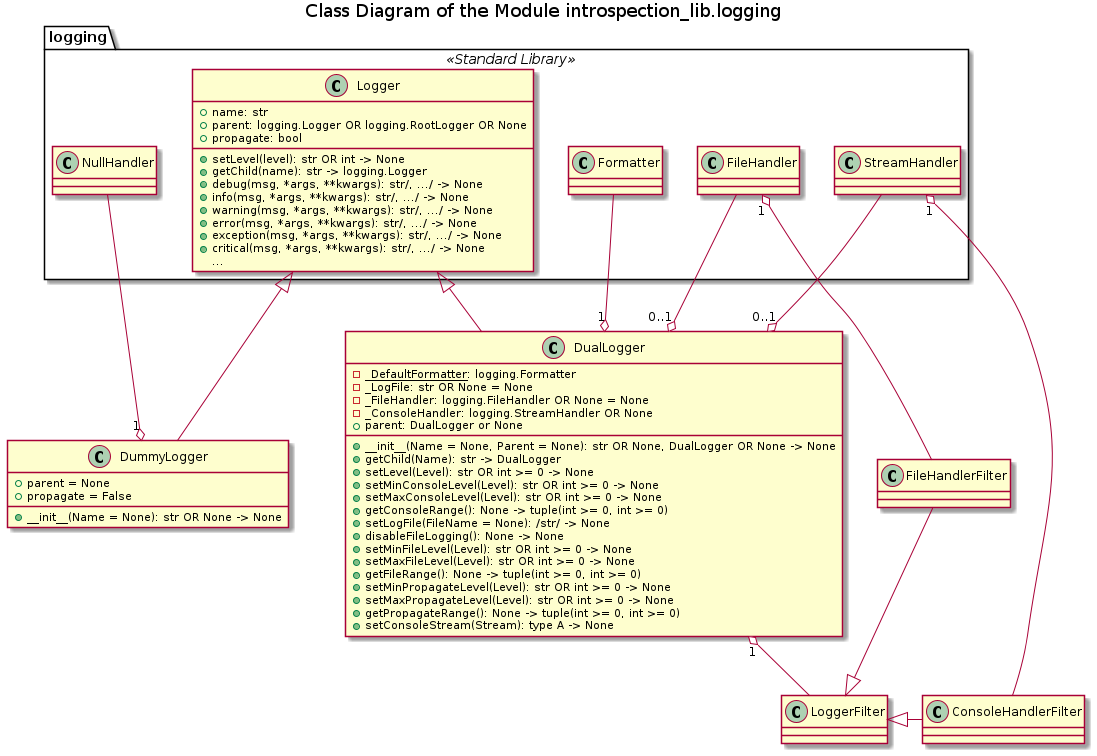
Above: Documentation/UML/logging/logging_classes.png in FooBarShebang/introspection_lib (PlantUML), before the change. The source it was exported from:
```plantuml
@startuml logging_classes

title Class Diagram of the Module introspection_lib.logging

!ifndef CLASSES
!include ../Templates/Classes.cuml
!endif

namespace logging <<Standard Library>> {
    class NullHandler

    !ifndef LOGGING_LOGGER
    !include ./Logger.iuml
    !endif

    NullHandler -[hidden] Logger

    class Formatter

    Logger -[hidden] Formatter

    class FileHandler

    Formatter -[hidden] FileHandler

    class StreamHandler

    FileHandler -[hidden] StreamHandler
}

!ifndef LOGGING_DUMMY_LOGGER
!include ./DummyLogger.iuml
!endif

logging.NullHandler --o "1" DummyLogger

logging.Logger <|-- DummyLogger

!ifndef LOGGING_DUAL_LOGGER
!include ./DualLogger.iuml
!endif

logging.Logger <|-- DualLogger

logging.Formatter --o "1" DualLogger

logging.FileHandler --o "0..1" DualLogger

logging.StreamHandler --o "0..1" DualLogger

class FileHandlerFilter

logging.FileHandler "1" o-- FileHandlerFilter

class ConsoleHandlerFilter

FileHandlerFilter -[hidden]- ConsoleHandlerFilter

logging.StreamHandler "1" o--- ConsoleHandlerFilter

class LoggerFilter

DualLogger "1" o-- LoggerFilter

LoggerFilter <|- ConsoleHandlerFilter

FileHandlerFilter --|> LoggerFilter

@enduml
```
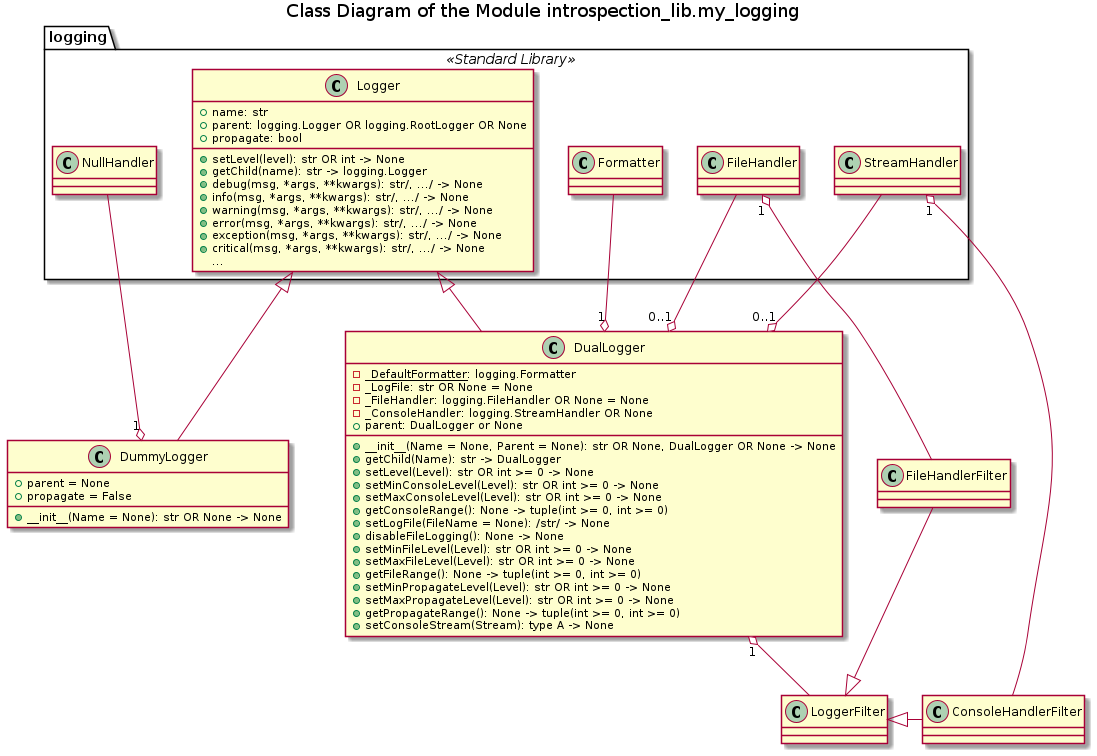
After the change.

Change to the diagram source:
```diff
@@ -1,16 +1,16 @@
 @startuml logging_classes
 
-title Class Diagram of the Module introspection_lib.logging
+title Class Diagram of the Module introspection_lib.my_logging
 
-!ifndef CLASSES
-!include ../Templates/Classes.cuml
+!if %not(%variable_exists("$CLASSES"))
+    !include ../Templates/Classes2.cuml
 !endif
 
 namespace logging <<Standard Library>> {
     class NullHandler
 
-    !ifndef LOGGING_LOGGER
-    !include ./Logger.iuml
+    !if $is_not_defined("$LOGGING_LOGGER")
+        !include ./Logger.iuml
     !endif
 
     NullHandler -[hidden] Logger
@@ -28,16 +28,16 @@
     FileHandler -[hidden] StreamHandler
 }
 
-!ifndef LOGGING_DUMMY_LOGGER
-!include ./DummyLogger.iuml
+!if $is_not_defined("LOGGING_DUMMY_LOGGER")
+    !include ./DummyLogger.iuml
 !endif
 
 logging.NullHandler --o "1" DummyLogger
 
 logging.Logger <|-- DummyLogger
 
-!ifndef LOGGING_DUAL_LOGGER
-!include ./DualLogger.iuml
+!if $is_not_defined("LOGGING_DUAL_LOGGER")
+    !include ./DualLogger.iuml
 !endif
 
 logging.Logger <|-- DualLogger
```
